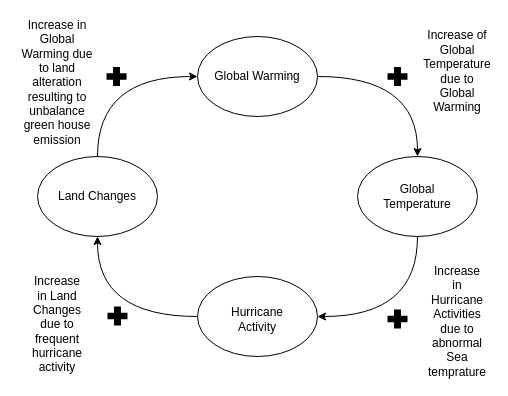
Earlier version of the draw.io diagram cs1.drawio (Jayrou12345/Flowchart). Source tidied: cells renumbered, new cells numbered last; positions are measured from the earlier drawing's top-left corner, leaving out a move shared by most shapes. Both pictures are drawn from the tidied source at 100%, with x=0, y=0 at pixel (17, 36).
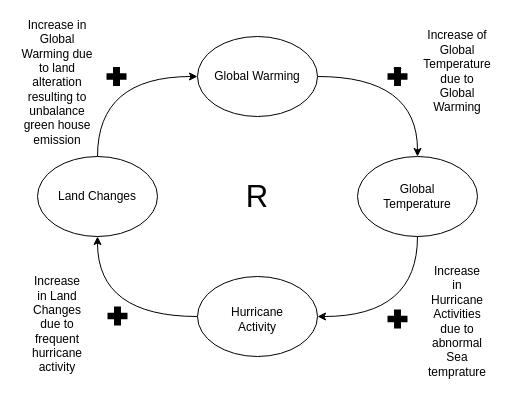
After the change.

Diff of the diagram source:
```diff
@@
+    <mxCell id="23" value="R" style="text;html=1;strokeColor=none;fillColor=none;align=center;verticalAlign=middle;whiteSpace=wrap;rounded=0;fontSize=31;" parent="1" vertex="1">
+      <mxGeometry x="210" y="145" width="60" height="30" as="geometry" />
+    </mxCell>
```
